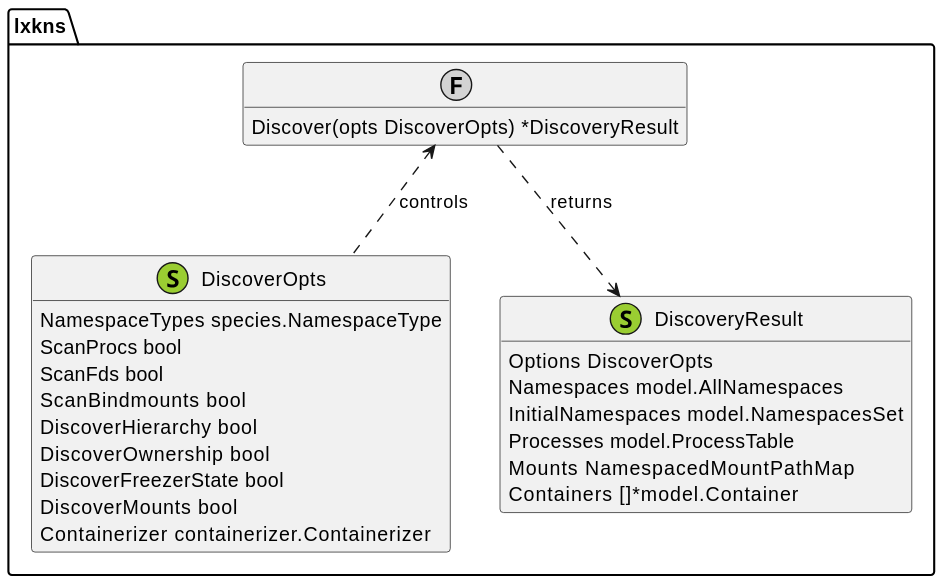
This is docs/_images/namespaces-discovery.svg from thediveo/lxkns, a PlantUML export, as it was before one commit.
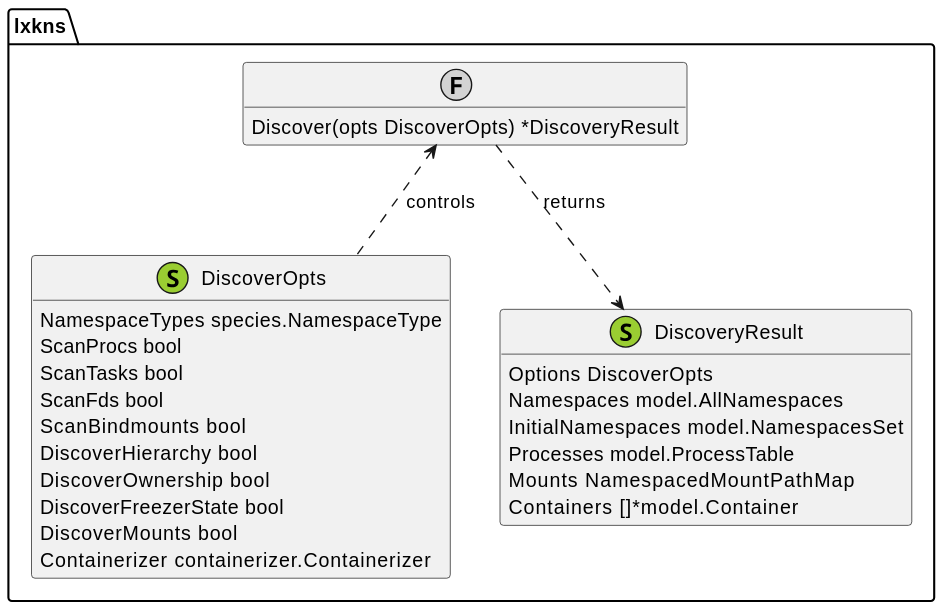
The same diagram one commit later.

Change to the diagram source:
```diff
@@ -14,6 +14,7 @@
   class "DiscoverOpts" <<(S,YellowGreen)>> {
     NamespaceTypes species.NamespaceType
     ScanProcs bool
+    ScanTasks bool
     ScanFds bool
     ScanBindmounts bool
     DiscoverHierarchy bool
```
